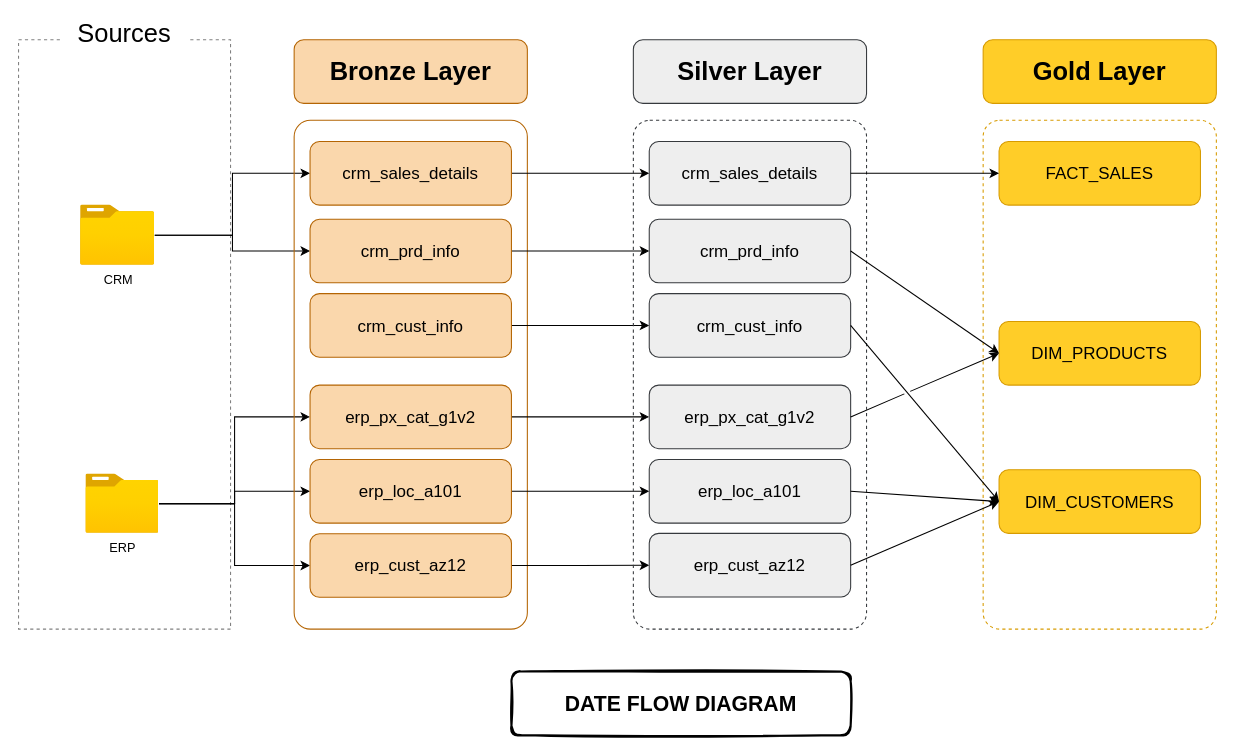
Above: _docs/data_flow_diagram.drawio in asadali27232/snowflake-sql-medallion-warehouse (draw.io), before the change. Source tidied: cells renumbered, new cells numbered last; positions are measured from the earlier drawing's top-left corner, leaving out a move shared by most shapes. Both pictures are drawn from the tidied source at 106%, with x=0, y=0 at pixel (18, 18).
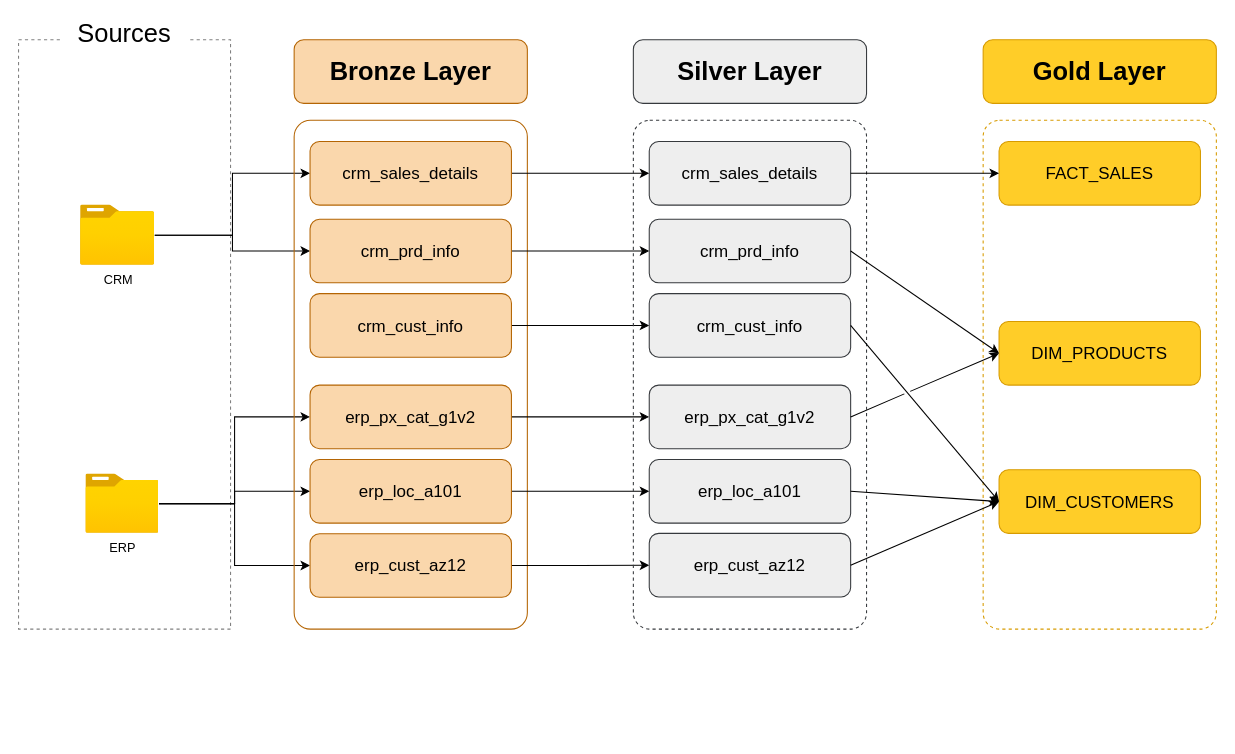
Above is the later version.

Commit message (it also covers changes not shown here):
docs: Revise README content and update all architectural and data flow diagrams.

Diff of the diagram source:
```diff
@@
-    <mxCell id="44" value="DATE FLOW DIAGRAM" style="rounded=1;whiteSpace=wrap;html=1;strokeWidth=2;fillWeight=4;hachureGap=8;hachureAngle=45;fillColor=none;sketch=1;fontSize=20;fontStyle=1;" parent="1" vertex="1">
-      <mxGeometry x="465" y="616" width="320" height="60" as="geometry" />
-    </mxCell>
```
